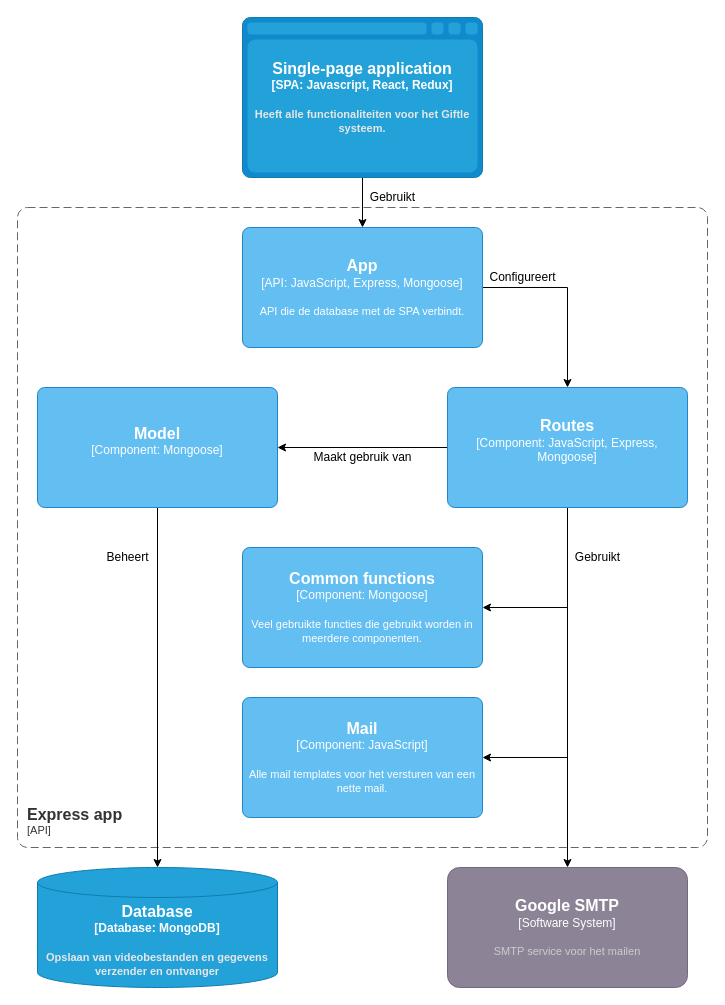
The draw.io diagram koeskoes/3.Sprint2/Documentatie/Software Guidebook/assets/software_architecture/component_diagram_express_app.drawio in HANICA-DWA/sep2021-project-koeskoes, before the edit. Source tidied: cells renumbered, new cells numbered last; positions are measured from the earlier drawing's top-left corner, leaving out a move shared by most shapes. Both pictures are drawn from the tidied source at 100%, with x=0, y=0 at pixel (17, 17).
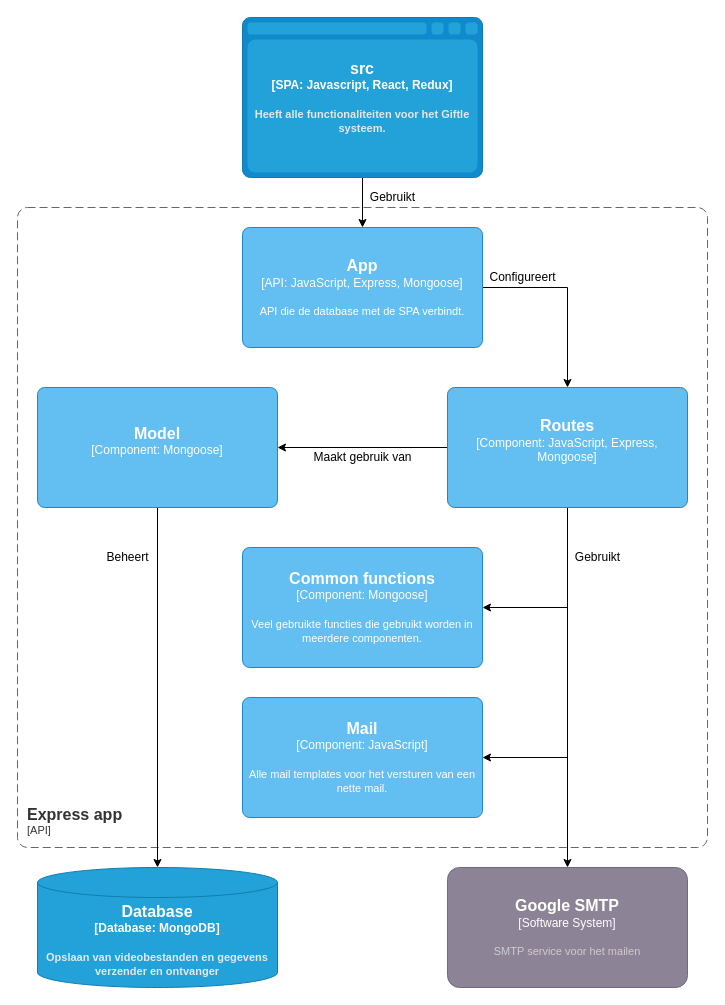
Above is the later version.

Diff of the diagram source:
```diff
@@
-    <object id="3" label="&lt;font style=&quot;font-size: 16px&quot;&gt;&lt;b&gt;%c4Type%&lt;/font&gt;&lt;div&gt;[%c4Container%:&amp;nbsp;%c4Technology%]&lt;/div&gt;&lt;br&gt;&lt;div&gt;&lt;font style=&quot;font-size: 11px&quot;&gt;&lt;font color=&quot;#E6E6E6&quot;&gt;%c4Description%&lt;/font&gt;&lt;/div&gt;" c4Container="SPA" c4Description="Heeft alle functionaliteiten voor het Giftle systeem." c4Technology="Javascript, React, Redux" c4Type="Single-page application" placeholders="1">
+    <object id="3" label="&lt;font style=&quot;font-size: 16px&quot;&gt;&lt;b&gt;%c4Type%&lt;/font&gt;&lt;div&gt;[%c4Container%:&amp;nbsp;%c4Technology%]&lt;/div&gt;&lt;br&gt;&lt;div&gt;&lt;font style=&quot;font-size: 11px&quot;&gt;&lt;font color=&quot;#E6E6E6&quot;&gt;%c4Description%&lt;/font&gt;&lt;/div&gt;" c4Container="SPA" c4Description="Heeft alle functionaliteiten voor het Giftle systeem." c4Technology="Javascript, React, Redux" c4Type="src" placeholders="1">
       <mxCell style="shape=mxgraph.c4.webBrowserContainer;whiteSpace=wrap;html=1;boundedLbl=1;rounded=0;labelBackgroundColor=none;fillColor=#118ACD;fontSize=12;fontColor=#ffffff;align=center;strokeColor=#0E7DAD;points=[[0.5,0,0],[1,0.25,0],[1,0.5,0],[1,0.75,0],[0.5,1,0],[0,0.75,0],[0,0.5,0],[0,0.25,0]];" parent="1" vertex="1">
         <mxGeometry x="225" width="240" height="160" as="geometry" />
       </mxCell>
     </object>
```
